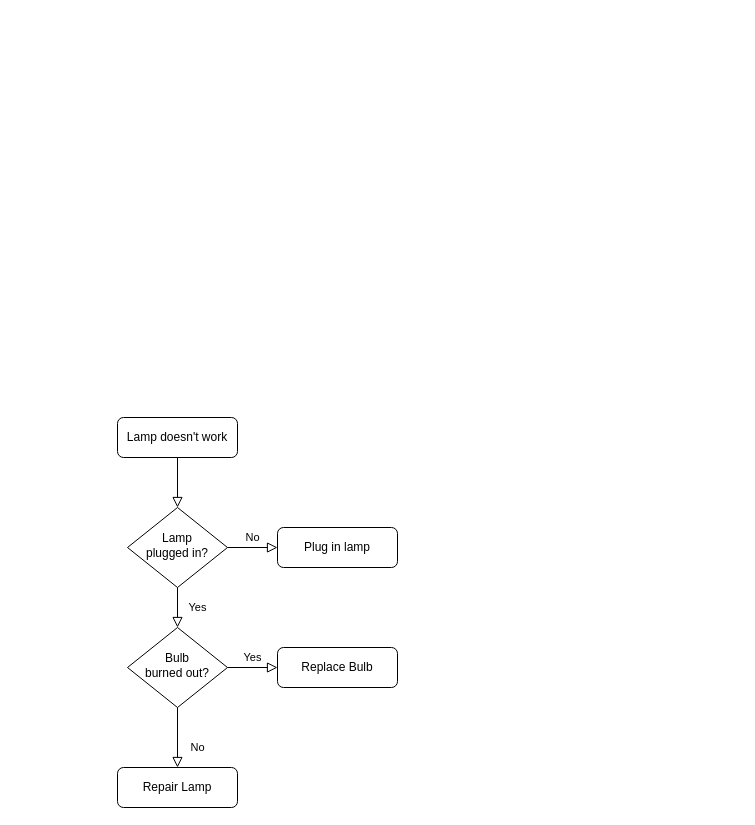
This is Untitled Diagram.drawio from noboru79/hello-world, a draw.io file, before an edit. Source tidied: cells renumbered, new cells numbered last; positions are measured from the earlier drawing's top-left corner, leaving out a move shared by most shapes. Both pictures are drawn from the tidied source at 100%, with x=0, y=0 at pixel (117, 417).
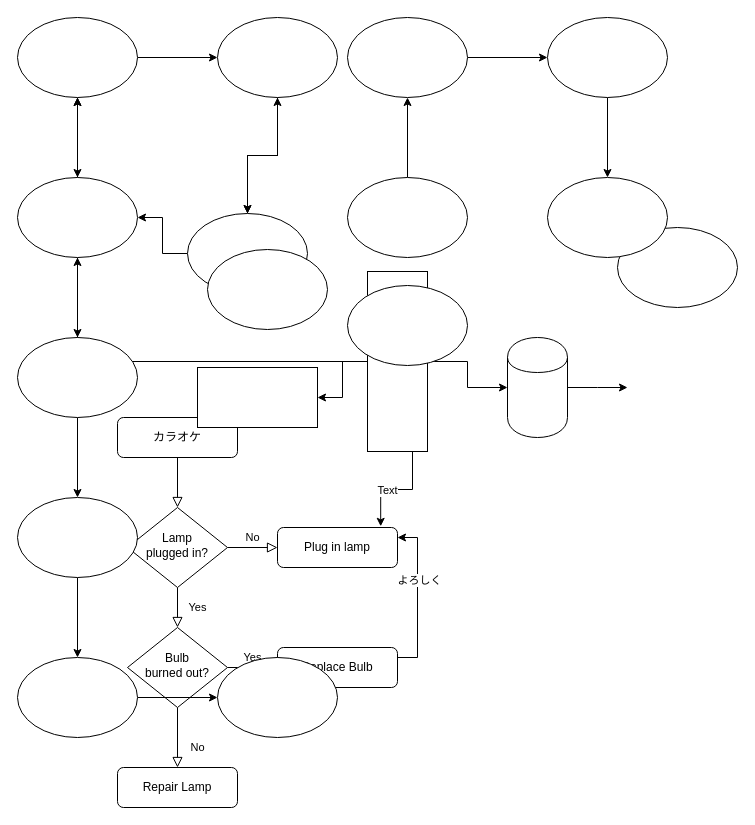
Above is the later version.

The change refers to these unchanged cells:
```xml
<mxCell id="7" value="Plug in lamp" style="rounded=1;whiteSpace=wrap;html=1;fontSize=12;glass=0;strokeWidth=1;shadow=0;" parent="1" vertex="1">
  <mxGeometry x="160" y="110" width="120" height="40" as="geometry" />
</mxCell>
<mxCell id="12" value="Replace Bulb" style="rounded=1;whiteSpace=wrap;html=1;fontSize=12;glass=0;strokeWidth=1;shadow=0;" parent="1" vertex="1">
  <mxGeometry x="160" y="230" width="120" height="40" as="geometry" />
</mxCell>
```

Change to the diagram source:
```diff
@@
-    <mxCell id="3" value="Lamp doesn't work" style="rounded=1;whiteSpace=wrap;html=1;fontSize=12;glass=0;strokeWidth=1;shadow=0;" parent="1" vertex="1">
+    <mxCell id="3" value="カラオケ" style="rounded=1;whiteSpace=wrap;html=1;fontSize=12;glass=0;strokeWidth=1;shadow=0;" parent="1" vertex="1">
       <mxGeometry width="120" height="40" as="geometry" />
     </mxCell>
@@
+    <mxCell id="13" style="edgeStyle=orthogonalEdgeStyle;rounded=0;jettySize=auto;html=1;exitX=1;exitY=0.25;exitDx=0;exitDy=0;entryX=1;entryY=0.25;entryDx=0;entryDy=0;" parent="1" edge="1" source="12" target="7">
+      <mxGeometry relative="1" as="geometry" />
+    </mxCell>
+    <mxCell id="14" value="よろしく" style="edgeLabel;html=1;align=center;verticalAlign=middle;" parent="13" vertex="1">
+      <mxGeometry x="0.22" y="-1" relative="1" as="geometry" />
+    </mxCell>
@@
+    <mxCell id="15" style="edgeStyle=orthogonalEdgeStyle;rounded=0;jettySize=auto;html=1;" parent="1" edge="1" source="20" target="21">
+      <mxGeometry relative="1" as="geometry" />
+    </mxCell>
+    <mxCell id="16" style="edgeStyle=orthogonalEdgeStyle;rounded=0;jettySize=auto;html=1;" parent="1" edge="1" source="20" target="25">
+      <mxGeometry relative="1" as="geometry" />
+    </mxCell>
+    <mxCell id="17" style="edgeStyle=orthogonalEdgeStyle;rounded=0;jettySize=auto;html=1;" parent="1" edge="1" source="20" target="27">
+      <mxGeometry relative="1" as="geometry" />
+    </mxCell>
+    <mxCell id="18" style="edgeStyle=orthogonalEdgeStyle;rounded=0;jettySize=auto;html=1;exitX=1;exitY=0.25;exitDx=0;exitDy=0;entryX=0.86;entryY=-0.03;entryDx=0;entryDy=0;entryPerimeter=0;" parent="1" edge="1" source="20" target="7">
+      <mxGeometry relative="1" as="geometry" />
+    </mxCell>
+    <mxCell id="19" value="Text" style="edgeLabel;html=1;align=center;verticalAlign=middle;" parent="18" vertex="1">
+      <mxGeometry x="0.21" relative="1" as="geometry" />
+    </mxCell>
+    <mxCell id="20" style="rounded=1;whiteSpace=wrap;html=1;arcSize=0;direction=south;" parent="1" vertex="1">
+      <mxGeometry x="250" y="-146" width="60" height="180" as="geometry" />
+    </mxCell>
+    <mxCell id="21" style="whiteSpace=wrap;html=1;rounded=1;arcSize=0;" parent="1" vertex="1">
+      <mxGeometry x="80" y="-50" width="120" height="60" as="geometry" />
+    </mxCell>
+    <mxCell id="22" style="edgeStyle=orthogonalEdgeStyle;rounded=0;jettySize=auto;html=1;" parent="1" edge="1" source="25" target="43">
+      <mxGeometry relative="1" as="geometry" />
+    </mxCell>
+    <mxCell id="23" style="edgeStyle=orthogonalEdgeStyle;rounded=0;jettySize=auto;html=1;" parent="1" edge="1" source="25" target="43">
+      <mxGeometry relative="1" as="geometry" />
+    </mxCell>
+    <mxCell id="24" style="edgeStyle=orthogonalEdgeStyle;rounded=0;jettySize=auto;html=1;" parent="1" edge="1" source="25" target="48">
+      <mxGeometry relative="1" as="geometry" />
+    </mxCell>
+    <mxCell id="25" style="ellipse;whiteSpace=wrap;html=1;rounded=1;arcSize=0;" parent="1" vertex="1">
+      <mxGeometry x="-100" y="-240" width="120" height="80" as="geometry" />
+    </mxCell>
+    <mxCell id="26" style="edgeStyle=orthogonalEdgeStyle;rounded=0;jettySize=auto;html=1;" parent="1" edge="1" source="27">
+      <mxGeometry relative="1" as="geometry">
+        <mxPoint x="510" y="-30" as="targetPoint" />
+      </mxGeometry>
+    </mxCell>
+    <mxCell id="27" style="shape=cylinder;whiteSpace=wrap;html=1;boundedLbl=1;backgroundOutline=1;rounded=1;arcSize=0;" parent="1" vertex="1">
+      <mxGeometry x="390" y="-80" width="60" height="100" as="geometry" />
+    </mxCell>
+    <mxCell id="28" style="edgeStyle=orthogonalEdgeStyle;rounded=0;jettySize=auto;html=1;" parent="1" edge="1" source="29" target="37">
+      <mxGeometry relative="1" as="geometry" />
+    </mxCell>
+    <mxCell id="29" style="ellipse;whiteSpace=wrap;html=1;rounded=1;arcSize=0;" parent="1" vertex="1">
+      <mxGeometry x="230" y="-240" width="120" height="80" as="geometry" />
+    </mxCell>
+    <mxCell id="30" style="edgeStyle=orthogonalEdgeStyle;rounded=0;jettySize=auto;html=1;" parent="1" edge="1" source="32" target="46">
+      <mxGeometry relative="1" as="geometry" />
+    </mxCell>
+    <mxCell id="31" style="edgeStyle=orthogonalEdgeStyle;rounded=0;jettySize=auto;html=1;" parent="1" edge="1" source="32" target="25">
+      <mxGeometry relative="1" as="geometry" />
+    </mxCell>
+    <mxCell id="32" style="ellipse;whiteSpace=wrap;html=1;rounded=1;arcSize=0;" parent="1" vertex="1">
+      <mxGeometry x="70" y="-204" width="120" height="80" as="geometry" />
+    </mxCell>
+    <mxCell id="33" style="ellipse;whiteSpace=wrap;html=1;rounded=1;arcSize=0;" parent="1" vertex="1">
+      <mxGeometry x="90" y="-168" width="120" height="80" as="geometry" />
+    </mxCell>
+    <mxCell id="34" style="ellipse;whiteSpace=wrap;html=1;rounded=1;arcSize=0;" parent="1" vertex="1">
+      <mxGeometry x="500" y="-190" width="120" height="80" as="geometry" />
+    </mxCell>
+    <mxCell id="35" style="ellipse;whiteSpace=wrap;html=1;rounded=1;arcSize=0;" parent="1" vertex="1">
+      <mxGeometry x="230" y="-132" width="120" height="80" as="geometry" />
+    </mxCell>
+    <mxCell id="36" style="edgeStyle=orthogonalEdgeStyle;rounded=0;jettySize=auto;html=1;" parent="1" edge="1" source="37" target="39">
+      <mxGeometry relative="1" as="geometry" />
+    </mxCell>
+    <mxCell id="37" style="ellipse;whiteSpace=wrap;html=1;rounded=1;arcSize=0;" parent="1" vertex="1">
+      <mxGeometry x="230" y="-400" width="120" height="80" as="geometry" />
+    </mxCell>
+    <mxCell id="38" style="edgeStyle=orthogonalEdgeStyle;rounded=0;jettySize=auto;html=1;" parent="1" edge="1" source="39" target="40">
+      <mxGeometry relative="1" as="geometry" />
+    </mxCell>
+    <mxCell id="39" style="ellipse;whiteSpace=wrap;html=1;rounded=1;arcSize=0;" parent="1" vertex="1">
+      <mxGeometry x="430" y="-400" width="120" height="80" as="geometry" />
+    </mxCell>
+    <mxCell id="40" style="ellipse;whiteSpace=wrap;html=1;rounded=1;arcSize=0;" parent="1" vertex="1">
+      <mxGeometry x="430" y="-240" width="120" height="80" as="geometry" />
+    </mxCell>
+    <mxCell id="41" style="edgeStyle=orthogonalEdgeStyle;rounded=0;jettySize=auto;html=1;" parent="1" edge="1" source="43" target="46">
+      <mxGeometry relative="1" as="geometry" />
+    </mxCell>
+    <mxCell id="42" style="edgeStyle=orthogonalEdgeStyle;rounded=0;jettySize=auto;html=1;" parent="1" edge="1" source="43" target="25">
+      <mxGeometry relative="1" as="geometry" />
+    </mxCell>
+    <mxCell id="43" style="ellipse;whiteSpace=wrap;html=1;rounded=1;arcSize=0;" parent="1" vertex="1">
+      <mxGeometry x="-100" y="-400" width="120" height="80" as="geometry" />
+    </mxCell>
+    <mxCell id="44" style="edgeStyle=orthogonalEdgeStyle;rounded=0;jettySize=auto;html=1;" parent="1" edge="1" source="46" target="32">
+      <mxGeometry relative="1" as="geometry" />
+    </mxCell>
+    <mxCell id="45" style="edgeStyle=orthogonalEdgeStyle;rounded=0;jettySize=auto;html=1;" parent="1" edge="1" source="46" target="32">
+      <mxGeometry relative="1" as="geometry" />
+    </mxCell>
+    <mxCell id="46" style="ellipse;whiteSpace=wrap;html=1;rounded=1;arcSize=0;" parent="1" vertex="1">
+      <mxGeometry x="100" y="-400" width="120" height="80" as="geometry" />
+    </mxCell>
+    <mxCell id="47" style="edgeStyle=orthogonalEdgeStyle;rounded=0;jettySize=auto;html=1;" parent="1" edge="1" source="48" target="50">
+      <mxGeometry relative="1" as="geometry" />
+    </mxCell>
+    <mxCell id="48" style="ellipse;whiteSpace=wrap;html=1;rounded=1;arcSize=0;" parent="1" vertex="1">
+      <mxGeometry x="-100" y="-80" width="120" height="80" as="geometry" />
+    </mxCell>
+    <mxCell id="49" style="edgeStyle=orthogonalEdgeStyle;rounded=0;jettySize=auto;html=1;" parent="1" edge="1" source="50" target="52">
+      <mxGeometry relative="1" as="geometry" />
+    </mxCell>
+    <mxCell id="50" style="ellipse;whiteSpace=wrap;html=1;rounded=1;arcSize=0;" parent="1" vertex="1">
+      <mxGeometry x="-100" y="80" width="120" height="80" as="geometry" />
+    </mxCell>
+    <mxCell id="51" style="edgeStyle=orthogonalEdgeStyle;rounded=0;jettySize=auto;html=1;" parent="1" edge="1" source="52" target="53">
+      <mxGeometry relative="1" as="geometry" />
+    </mxCell>
+    <mxCell id="52" style="ellipse;whiteSpace=wrap;html=1;rounded=1;arcSize=0;" parent="1" vertex="1">
+      <mxGeometry x="-100" y="240" width="120" height="80" as="geometry" />
+    </mxCell>
+    <mxCell id="53" style="ellipse;whiteSpace=wrap;html=1;rounded=1;arcSize=0;" parent="1" vertex="1">
+      <mxGeometry x="100" y="240" width="120" height="80" as="geometry" />
+    </mxCell>
```
